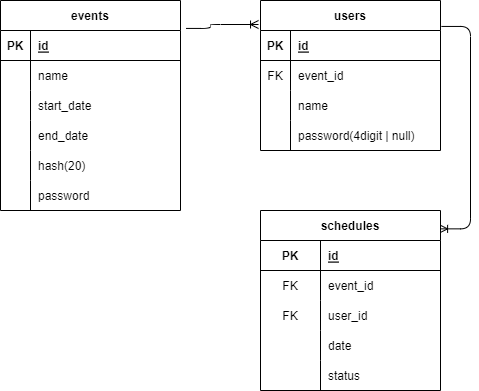
The draw.io diagram DB_ER_diagram.drawio.png in kuu13580/schedule-checker, before a commit. Source tidied: cells renumbered, new cells last; positions are measured from the earlier drawing's top-left corner, leaving out a move shared by most shapes.
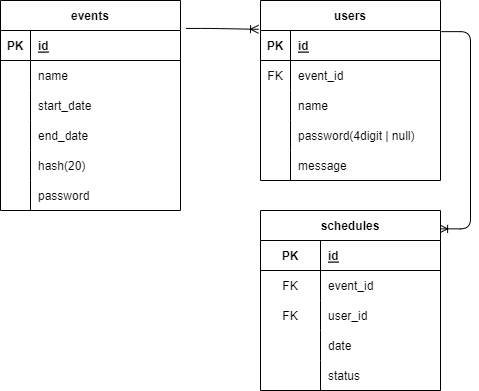
The same file after the commit.

Commit message:
fix findが動作しないバグ

Diff of the diagram source:
```diff
@@ -67,7 +67,7 @@
       </mxGeometry>
     </mxCell>
     <mxCell id="22" value="users" style="shape=table;startSize=30;rowLines=0;fontStyle=1;align=center;" parent="1" vertex="1">
-      <mxGeometry x="260" width="180" height="150" as="geometry" />
+      <mxGeometry x="260" width="180" height="180" as="geometry" />
     </mxCell>
     <mxCell id="23" style="shape=tableRow;horizontal=0;startSize=0;swimlaneHead=0;swimlaneBody=0;fillColor=none;top=0;left=0;right=0;bottom=1;" parent="22" vertex="1">
       <mxGeometry y="30" width="180" height="30" as="geometry" />
@@ -105,6 +105,15 @@
     <mxCell id="34" value="password(4digit | null)" style="shape=partialRectangle;fillColor=none;top=0;left=0;bottom=0;right=0;align=left;spacingLeft=6;overflow=hidden;" parent="32" vertex="1">
       <mxGeometry x="30" width="150" height="30" as="geometry" />
     </mxCell>
+    <mxCell id="52" style="shape=tableRow;horizontal=0;startSize=0;swimlaneHead=0;swimlaneBody=0;fillColor=none;top=0;left=0;right=0;bottom=0;" parent="22" vertex="1">
+      <mxGeometry y="150" width="180" height="30" as="geometry" />
+    </mxCell>
+    <mxCell id="53" style="shape=partialRectangle;fillColor=none;top=0;left=0;bottom=0;right=0;overflow=hidden;" parent="52" vertex="1">
+      <mxGeometry width="30" height="30" as="geometry" />
+    </mxCell>
+    <mxCell id="54" value="message" style="shape=partialRectangle;fillColor=none;top=0;left=0;bottom=0;right=0;align=left;spacingLeft=6;overflow=hidden;" parent="52" vertex="1">
+      <mxGeometry x="30" width="150" height="30" as="geometry" />
+    </mxCell>
     <mxCell id="35" style="edgeStyle=elbowEdgeStyle;fontSize=12;html=1;endArrow=ERoneToMany;entryX=0.995;entryY=0.102;entryDx=0;entryDy=0;entryPerimeter=0;jumpStyle=none;exitX=1.005;exitY=0.173;exitDx=0;exitDy=0;exitPerimeter=0;elbow=vertical;" parent="1" edge="1" source="22" target="36">
       <mxGeometry relative="1" as="geometry">
         <Array as="points">
```
